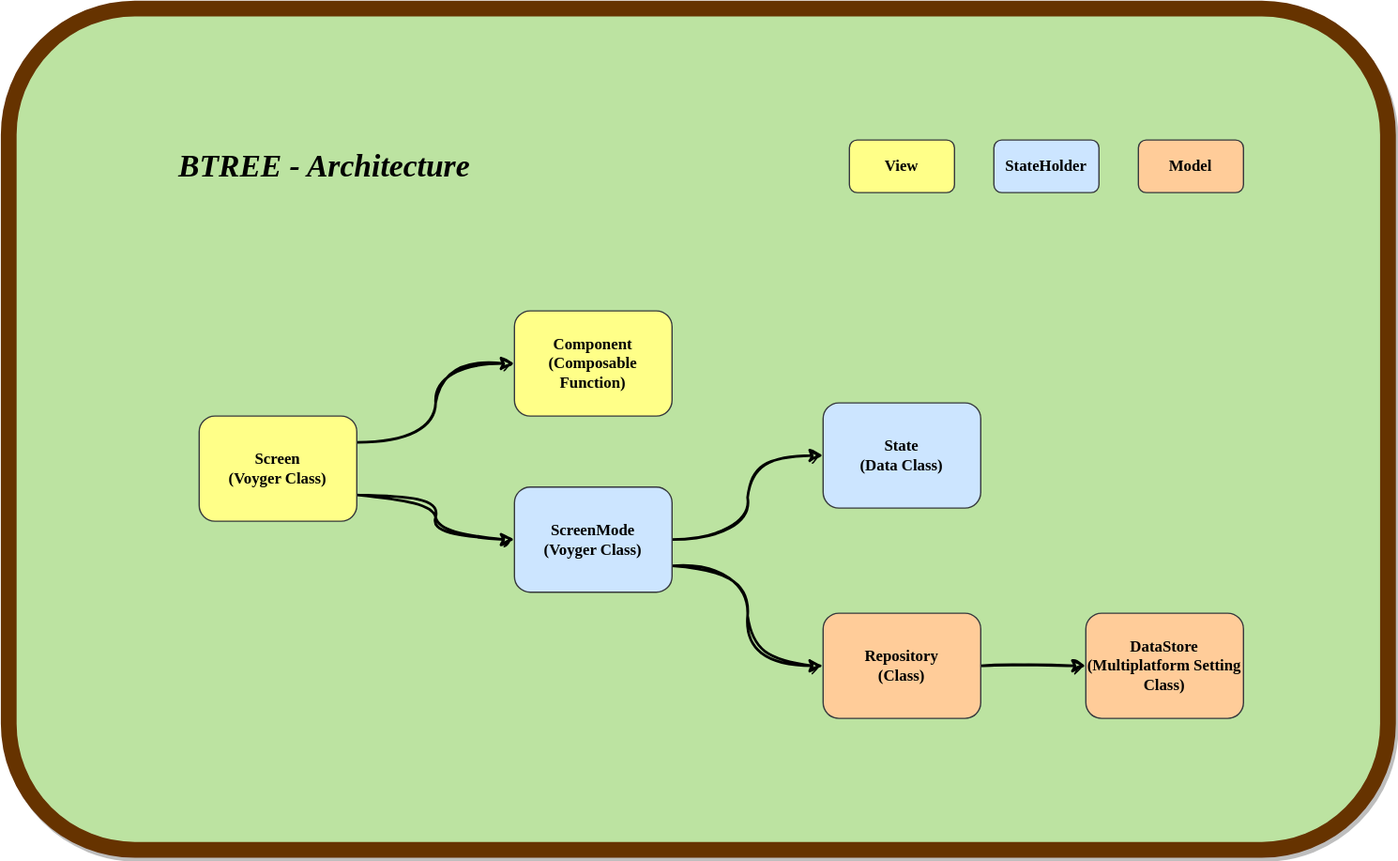
This is architecture.drawio.svg from kaleidot725/BTree, a draw.io export, as it was before one commit. Source tidied: cells renumbered, new cells last; positions are measured from the earlier drawing's top-left corner, leaving out a move shared by most shapes.
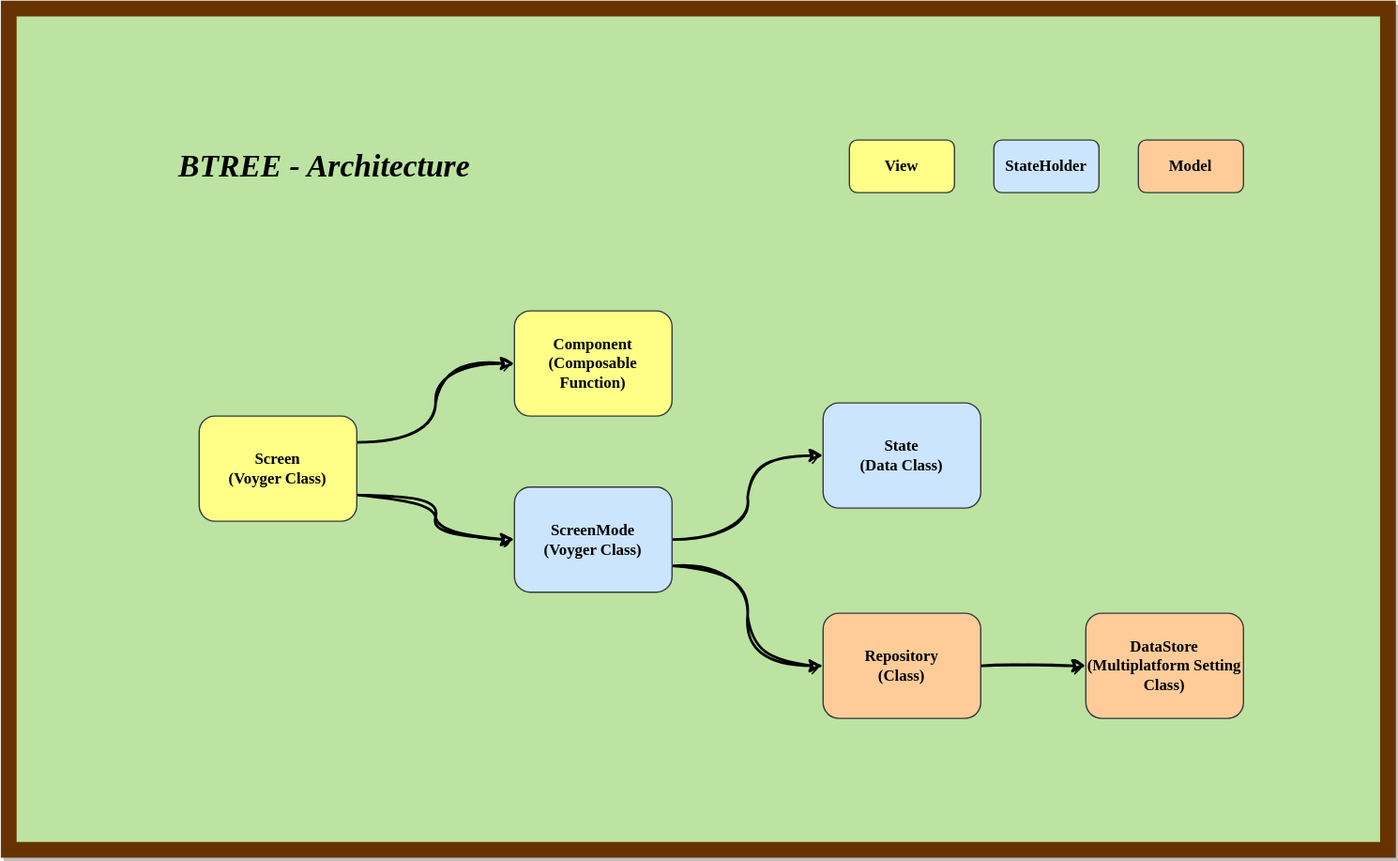
The same diagram one commit later.

The edit, as a diff of the source:
```diff
@@ -2,7 +2,7 @@
   <root>
     <mxCell id="0" />
     <mxCell id="1" parent="0" />
-    <mxCell id="2" style="rounded=1;whiteSpace=wrap;html=1;fillStyle=auto;fillColor=#BCE3A1;fontColor=#ffffff;strokeColor=#663300;strokeWidth=12;glass=0;shadow=1;" parent="1" vertex="1">
+    <mxCell id="2" style="rounded=0;whiteSpace=wrap;html=1;fillStyle=auto;fillColor=#BCE3A1;fontColor=#ffffff;strokeColor=#663300;strokeWidth=12;glass=0;shadow=1;" parent="1" vertex="1">
       <mxGeometry width="1050" height="640" as="geometry" />
     </mxCell>
     <mxCell id="3" style="edgeStyle=orthogonalEdgeStyle;jettySize=auto;html=1;exitX=1;exitY=0.25;exitDx=0;exitDy=0;curved=1;fontFamily=Comic Sans MS;labelBorderColor=none;shadow=0;fontStyle=1;strokeColor=#000000;sketch=1;curveFitting=1;jiggle=2;strokeWidth=2;" parent="1" edge="1" source="5" target="9">
```
